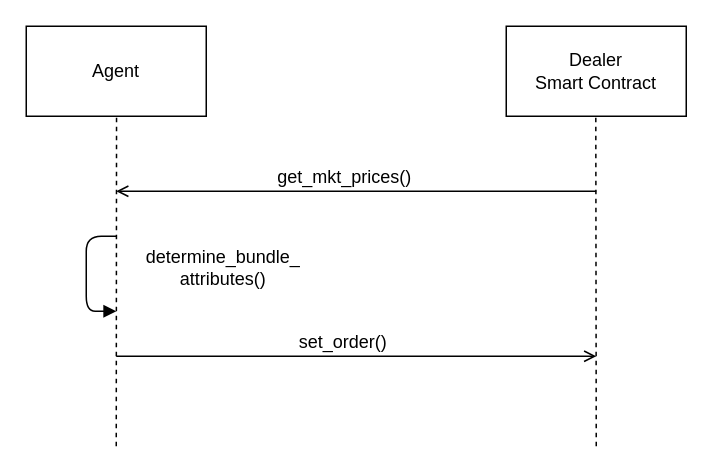
nreinhol/master_thesis keeps this draw.io diagram as figures/xml/agent_bidding.drawio. Above is the earlier version. Source tidied: cells renumbered, new cells numbered last; positions are measured from the earlier drawing's top-left corner, leaving out a move shared by most shapes. Both pictures are drawn from the tidied source at 150%, with x=0, y=0 at pixel (26, 26).
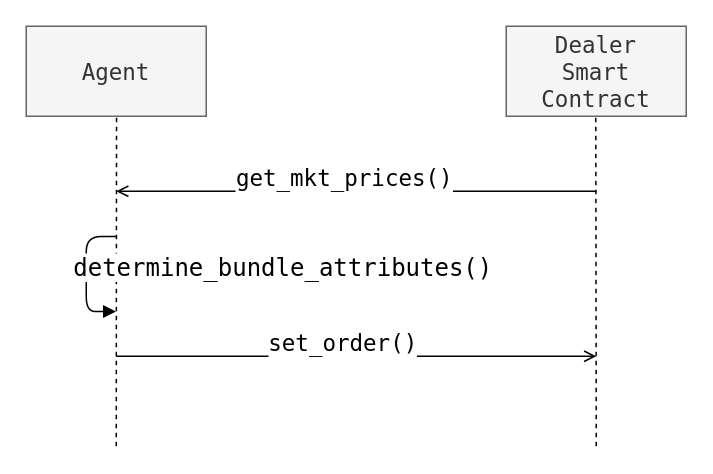
The same diagram, later.

What changed in the source:
```diff
@@
-    <mxCell id="2" value="Agent" style="rounded=0;whiteSpace=wrap;html=1;" parent="1" vertex="1">
+    <mxCell id="2" value="Agent" style="rounded=0;whiteSpace=wrap;html=1;fontSize=15;fillColor=#f5f5f5;strokeColor=#666666;fontColor=#333333;fontFamily=Lucida Console;" parent="1" vertex="1">
       <mxGeometry width="120" height="60" as="geometry" />
     </mxCell>
-    <mxCell id="3" value="Dealer&lt;br&gt;Smart Contract" style="rounded=0;whiteSpace=wrap;html=1;" parent="1" vertex="1">
+    <mxCell id="3" value="Dealer&lt;br style=&quot;font-size: 15px;&quot;&gt;Smart Contract" style="rounded=0;whiteSpace=wrap;html=1;fontSize=15;fillColor=#f5f5f5;strokeColor=#666666;fontColor=#333333;fontFamily=Lucida Console;" parent="1" vertex="1">
       <mxGeometry x="320" width="120" height="60" as="geometry" />
     </mxCell>
-    <mxCell id="4" style="endArrow=none;dashed=1;html=1;entryX=0.46;entryY=1.031;entryDx=0;entryDy=0;entryPerimeter=0;" parent="1" edge="1">
+    <mxCell id="4" style="endArrow=none;dashed=1;html=1;entryX=0.46;entryY=1.031;entryDx=0;entryDy=0;entryPerimeter=0;fontSize=15;fontFamily=Lucida Console;" parent="1" edge="1">
       <mxGeometry relative="1" as="geometry">
         <mxPoint x="380" y="280" as="sourcePoint" />
         <mxPoint x="379.7" y="59.9" as="targetPoint" />
       </mxGeometry>
     </mxCell>
-    <mxCell id="5" style="endArrow=open;html=1;endFill=0;" parent="1" edge="1">
+    <mxCell id="5" style="endArrow=open;html=1;endFill=0;fontSize=15;fontFamily=Lucida Console;" parent="1" edge="1">
       <mxGeometry relative="1" as="geometry">
         <mxPoint x="380" y="110" as="sourcePoint" />
         <mxPoint x="60" y="110" as="targetPoint" />
       </mxGeometry>
     </mxCell>
-    <mxCell id="6" value="get_mkt_prices()" style="text;html=1;align=center;verticalAlign=middle;labelBackgroundColor=#ffffff;" parent="5" vertex="1">
+    <mxCell id="6" value="get_mkt_prices()" style="text;html=1;align=center;verticalAlign=middle;labelBackgroundColor=#ffffff;fontSize=15;fontFamily=Lucida Console;" parent="5" vertex="1">
       <mxGeometry x="-0.13" relative="1" as="geometry">
         <mxPoint x="-30" y="-10" as="offset" />
       </mxGeometry>
     </mxCell>
-    <mxCell id="7" style="endArrow=none;dashed=1;html=1;entryX=0.46;entryY=1.031;entryDx=0;entryDy=0;entryPerimeter=0;" parent="1" edge="1">
+    <mxCell id="7" style="endArrow=none;dashed=1;html=1;entryX=0.46;entryY=1.031;entryDx=0;entryDy=0;entryPerimeter=0;fontSize=15;fontFamily=Lucida Console;" parent="1" edge="1">
       <mxGeometry relative="1" as="geometry">
         <mxPoint x="60" y="280" as="sourcePoint" />
         <mxPoint x="60.2" y="59.9" as="targetPoint" />
       </mxGeometry>
     </mxCell>
-    <mxCell id="8" style="endArrow=none;html=1;endFill=0;startArrow=open;startFill=0;" parent="1" edge="1">
+    <mxCell id="8" style="endArrow=none;html=1;endFill=0;startArrow=open;startFill=0;fontSize=15;fontFamily=Lucida Console;" parent="1" edge="1">
       <mxGeometry relative="1" as="geometry">
         <mxPoint x="380" y="220" as="sourcePoint" />
         <mxPoint x="60" y="220" as="targetPoint" />
       </mxGeometry>
     </mxCell>
-    <mxCell id="9" value="set_order()" style="text;html=1;align=center;verticalAlign=middle;labelBackgroundColor=#ffffff;" parent="8" vertex="1">
+    <mxCell id="9" value="set_order()" style="text;html=1;align=center;verticalAlign=middle;labelBackgroundColor=#ffffff;fontSize=15;fontFamily=Lucida Console;" parent="8" vertex="1">
       <mxGeometry x="0.38" y="-1" relative="1" as="geometry">
         <mxPoint x="51.5" y="-9" as="offset" />
       </mxGeometry>
     </mxCell>
-    <mxCell id="10" style="endArrow=none;html=1;endFill=0;startArrow=block;startFill=1;edgeStyle=orthogonalEdgeStyle;" parent="1" edge="1">
-      <mxGeometry relative="1" as="geometry">
-        <mxPoint x="60" y="190" as="sourcePoint" />
-        <mxPoint x="60" y="140" as="targetPoint" />
-        <Array as="points">
-          <mxPoint x="40" y="140" />
-        </Array>
-      </mxGeometry>
-    </mxCell>
-    <mxCell id="11" value="determine_bundle_&lt;br&gt;attributes()" style="text;html=1;align=center;verticalAlign=middle;labelBackgroundColor=#ffffff;" parent="10" vertex="1">
-      <mxGeometry x="-0.02" y="1" relative="1" as="geometry">
-        <mxPoint x="91" y="-5.5" as="offset" />
-      </mxGeometry>
-    </mxCell>
+    <mxCell id="12" style="endArrow=none;html=1;endFill=0;startArrow=block;startFill=1;edgeStyle=orthogonalEdgeStyle;fontFamily=Lucida Console;" parent="1" edge="1">
+      <mxGeometry relative="1" as="geometry">
+        <mxPoint x="59.8" y="190.2" as="sourcePoint" />
+        <mxPoint x="59.8" y="140.2" as="targetPoint" />
+        <Array as="points">
+          <mxPoint x="40" y="190" />
+          <mxPoint x="40" y="140" />
+        </Array>
+      </mxGeometry>
+    </mxCell>
+    <mxCell id="13" value="determine_bundle_attributes()" style="text;html=1;align=center;verticalAlign=middle;labelBackgroundColor=#ffffff;fontFamily=Lucida Console;fontSize=16;" parent="12" vertex="1">
+      <mxGeometry x="-0.02" y="1" relative="1" as="geometry">
+        <mxPoint x="131" y="-6" as="offset" />
+      </mxGeometry>
+    </mxCell>
```
